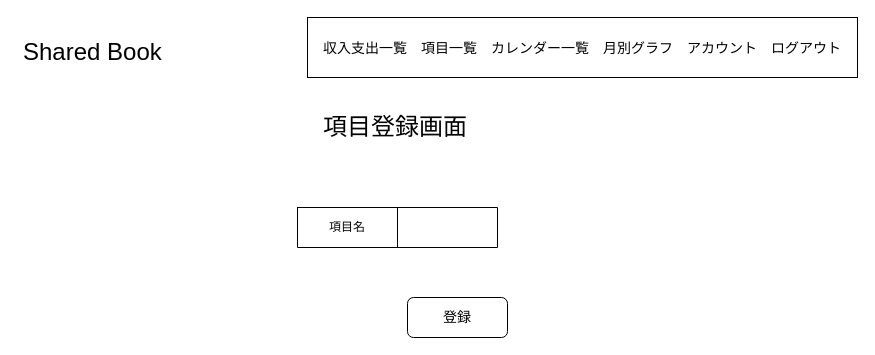
The draw.io diagram docs/new_category_wireflame.drawio in KeiSuzukiNishi/shared_household_account_book, before the edit. Source tidied: cells renumbered, new cells numbered last; positions are measured from the earlier drawing's top-left corner, leaving out a move shared by most shapes. Both pictures are drawn from the tidied source at 100%, with x=0, y=0 at pixel (17, 17).
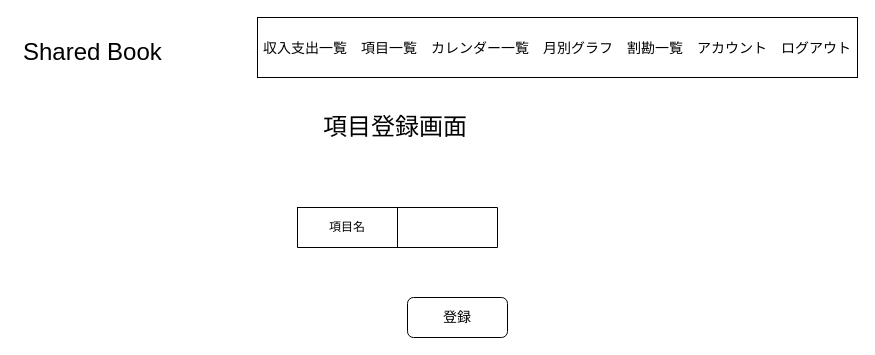
The same page after the edit.

The edit, as a diff of the source:
```diff
@@
 <mxGraphModel>
   <root>
     <mxCell id="0" />
     <mxCell id="1" parent="0" />
     <mxCell id="2" value="&lt;font style=&quot;font-size: 24px;&quot;&gt;Shared Book&lt;/font&gt;" style="text;strokeColor=none;fillColor=none;align=left;verticalAlign=middle;spacingLeft=4;spacingRight=4;overflow=hidden;whiteSpace=wrap;html=1;" parent="1" vertex="1">
       <mxGeometry y="10" width="190" height="50" as="geometry" />
     </mxCell>
     <mxCell id="3" value="&lt;font style=&quot;font-size: 24px;&quot;&gt;項目登録画面&lt;/font&gt;" style="text;strokeColor=none;fillColor=none;align=left;verticalAlign=middle;spacingLeft=4;spacingRight=4;overflow=hidden;whiteSpace=wrap;html=1;" parent="1" vertex="1">
       <mxGeometry x="300" y="85" width="230" height="50" as="geometry" />
     </mxCell>
-    <mxCell id="4" value="&lt;font style=&quot;font-size: 14px;&quot;&gt;収入支出一覧　項目一覧　カレンダー一覧　月別グラフ　アカウント　ログアウト&lt;/font&gt;" style="rounded=0;whiteSpace=wrap;html=1;fontSize=18;" parent="1" vertex="1">
-      <mxGeometry x="290" width="550" height="60" as="geometry" />
-    </mxCell>
     <mxCell id="5" style="shape=table;html=1;whiteSpace=wrap;startSize=0;childLayout=tableLayout;" parent="1" vertex="1">
       <mxGeometry x="280" y="190" width="200" height="40" as="geometry" />
     </mxCell>
     <mxCell id="6" style="shape=tableRow;horizontal=0;startSize=0;swimlaneHead=0;swimlaneBody=0;top=0;left=0;bottom=0;right=0;fillColor=none;" parent="5" vertex="1">
       <mxGeometry width="200" height="40" as="geometry" />
     </mxCell>
     <mxCell id="7" value="項目名" style="shape=partialRectangle;html=1;whiteSpace=wrap;fillColor=none;top=0;left=0;bottom=0;right=0;overflow=hidden;" parent="6" vertex="1">
       <mxGeometry width="100" height="40" as="geometry" />
     </mxCell>
     <mxCell id="8" style="shape=partialRectangle;html=1;whiteSpace=wrap;fillColor=none;top=0;left=0;bottom=0;right=0;overflow=hidden;" parent="6" vertex="1">
       <mxGeometry x="100" width="100" height="40" as="geometry" />
     </mxCell>
     <mxCell id="9" value="登録" style="rounded=1;whiteSpace=wrap;html=1;fontSize=14;" parent="1" vertex="1">
       <mxGeometry x="390" y="280" width="100" height="40" as="geometry" />
     </mxCell>
+    <mxCell id="10" value="&lt;font style=&quot;font-size: 14px;&quot;&gt;収入支出一覧　項目一覧　カレンダー一覧　月別グラフ　割勘一覧　アカウント　ログアウト&lt;/font&gt;" style="rounded=0;whiteSpace=wrap;html=1;fontSize=18;" parent="1" vertex="1">
+      <mxGeometry x="240" width="600" height="60" as="geometry" />
+    </mxCell>
   </root>
 </mxGraphModel>
```
